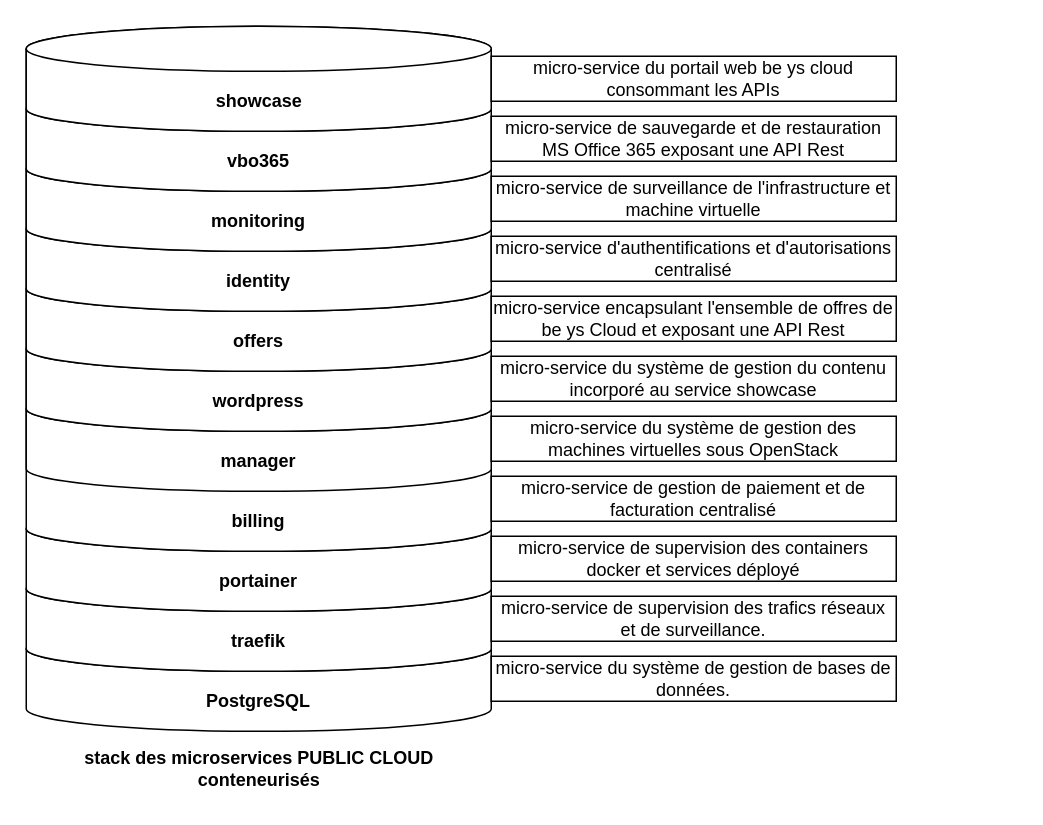
Above: publicCloud.drawio in Safwanus/diagrams (draw.io), before the change. Source tidied: cells renumbered, new cells numbered last; positions are measured from the earlier drawing's top-left corner, leaving out a move shared by most shapes. Both pictures are drawn from the tidied source at 150%, with x=0, y=0 at pixel (26, 26).
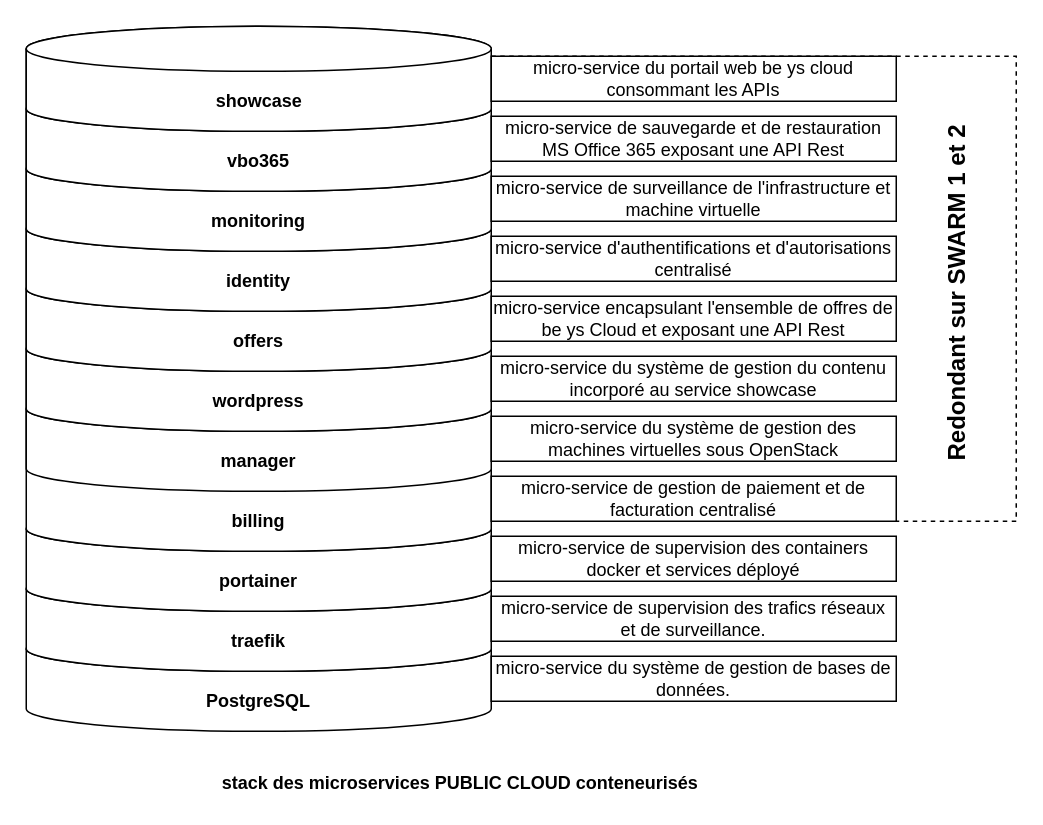
Above is the later version.

Diff of the diagram source:
```diff
@@
+    <mxCell id="36" style="rounded=0;whiteSpace=wrap;html=1;align=left;dashed=1;" parent="1" vertex="1">
+      <mxGeometry x="310" y="20" width="350" height="310" as="geometry" />
+    </mxCell>
@@
     <mxCell id="15" value="&lt;b&gt;stack des microservices&amp;nbsp;PUBLIC CLOUD conteneurisés&lt;/b&gt;" style="text;html=1;strokeColor=none;fillColor=none;align=center;verticalAlign=middle;whiteSpace=wrap;rounded=0;" parent="1" vertex="1">
-      <mxGeometry x="17.5" y="485" width="275" height="20" as="geometry" />
+      <mxGeometry x="17.5" y="495" width="542.5" height="20" as="geometry" />
     </mxCell>
@@
+    <mxCell id="37" value="&lt;font style=&quot;font-size: 16px&quot;&gt;Redondant sur SWARM 1 et 2&lt;/font&gt;" style="text;html=1;strokeColor=none;fillColor=none;align=center;verticalAlign=middle;whiteSpace=wrap;rounded=0;dashed=1;rotation=-90;fontStyle=1;" parent="1" vertex="1">
+      <mxGeometry x="503.5" y="160.5" width="233.5" height="36.5" as="geometry" />
+    </mxCell>
```
